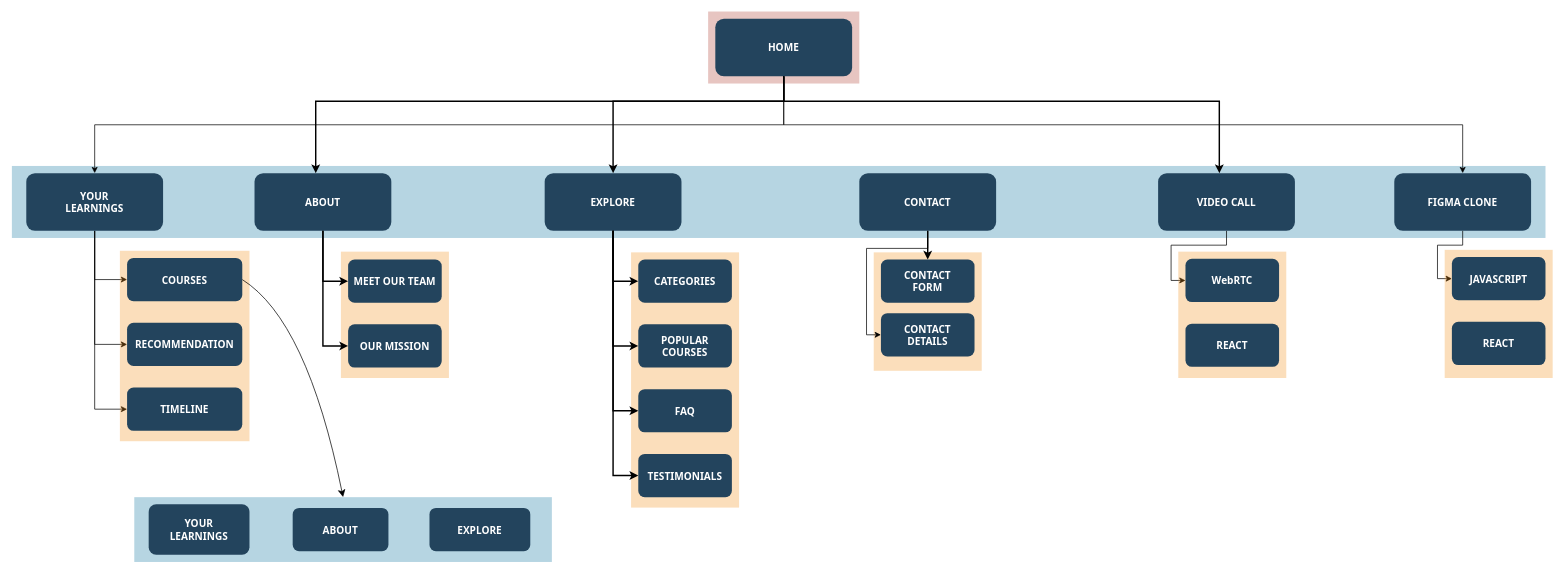
Above: Sitemap.drawio in ayush-ranjan07/DynamiX (draw.io), before the change. Source tidied: cells renumbered, new cells numbered last; positions are measured from the earlier drawing's top-left corner, leaving out a move shared by most shapes. Both pictures are drawn from the tidied source at 72%, with x=0, y=0 at pixel (12, 12).
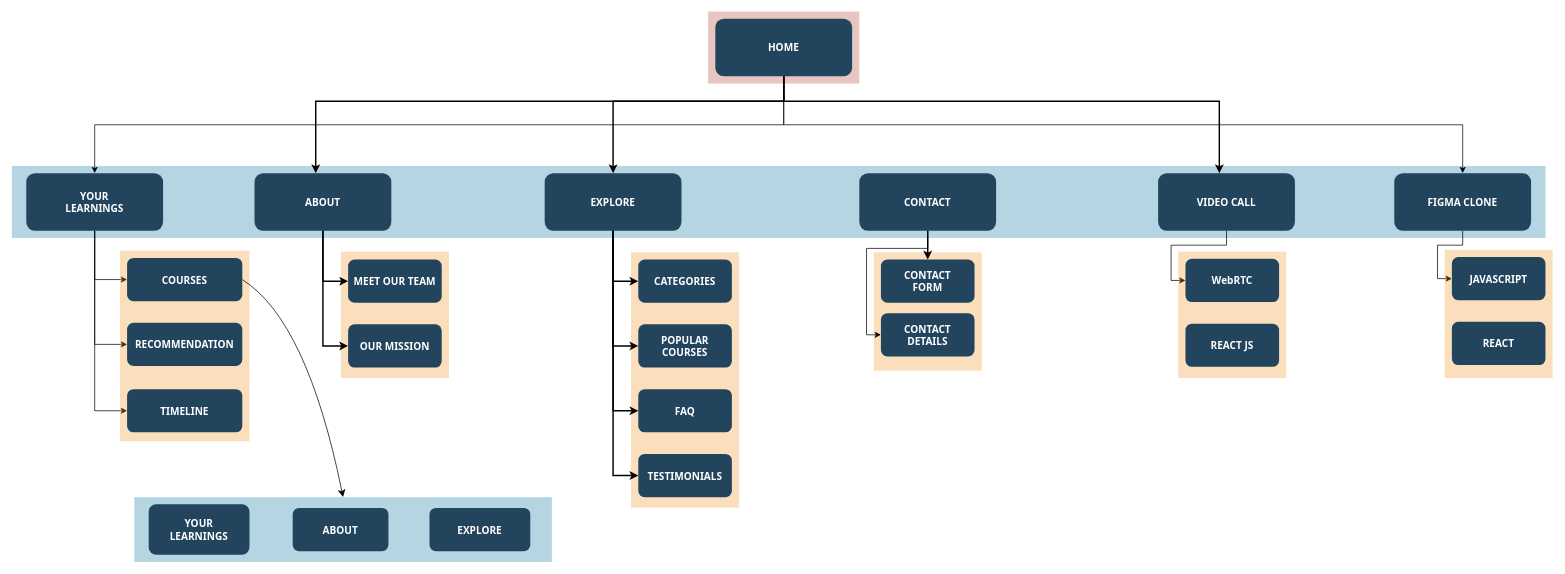
After the change.

Change to the diagram source:
```diff
@@
     <mxCell id="45" value="TIMELINE" style="rounded=1;fillColor=#23445D;gradientColor=none;strokeColor=none;fontColor=#FFFFFF;fontStyle=1;fontFamily=Tahoma;fontSize=14;" parent="1" vertex="1">
-      <mxGeometry x="160" y="521.8" width="160" height="60" as="geometry" />
+      <mxGeometry x="160" y="524" width="160" height="60" as="geometry" />
     </mxCell>
@@
-    <mxCell id="52" value="REACT" style="rounded=1;fillColor=#23445D;gradientColor=none;strokeColor=none;fontColor=#FFFFFF;fontStyle=1;fontFamily=Tahoma;fontSize=14;" parent="1" vertex="1">
+    <mxCell id="52" value="REACT JS" style="rounded=1;fillColor=#23445D;gradientColor=none;strokeColor=none;fontColor=#FFFFFF;fontStyle=1;fontFamily=Tahoma;fontSize=14;" parent="1" vertex="1">
       <mxGeometry x="1630" y="433" width="130" height="60" as="geometry" />
     </mxCell>
```
